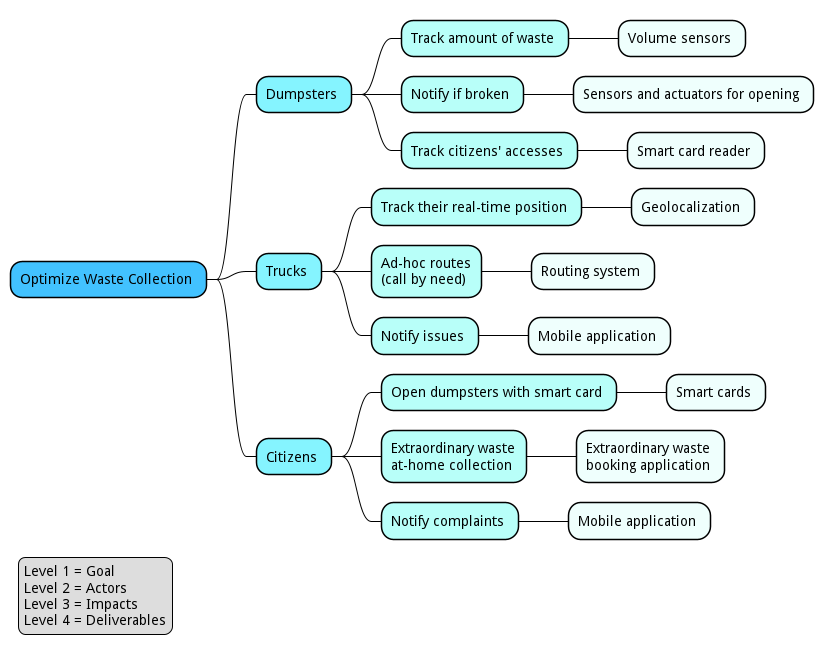
Earlier version of the PlantUML export img/impact-mapping.pm.png (SmartWasteCollection/project-management). The source it was exported from:
```plantuml
@startmindmap
!include ../metamodels/mindmaps.iuml

goal("Optimize Waste Collection")

actor("Dumpsters")
    impact("Track amount of waste")
        deliverable("Volume sensors")
    impact("Notify if broken")
        deliverable("Sensors and actuators for opening")
    impact("Track citizens' accesses")
        deliverable("Smart card reader")

actor("Trucks")
    impact("Track their real-time position")
        deliverable("Geolocalization")
    impact("Ad-hoc routes\n(call by need)")
        deliverable("Routing system")
    impact("Notify issues")
        deliverable("Mobile application")

actor("Citizens")
    impact("Open dumpsters with smart card")
        deliverable("Smart cards")
    impact("Extraordinary waste\nat-home collection")
        deliverable("Extraordinary waste\nbooking application")
    impact("Notify complaints")
        deliverable("Mobile application")

legend left
    Level 1 = Goal
    Level 2 = Actors
    Level 3 = Impacts
    Level 4 = Deliverables
endlegend
@endmindmap
```
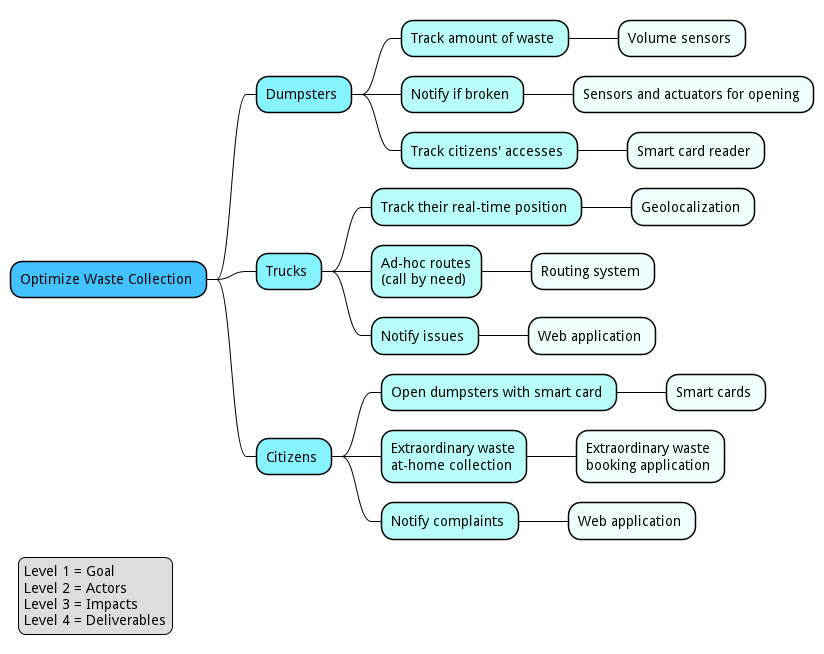
The same file after the commit.

Commit message:
docs(uml): generate PNG files for PlantUML diagrams

Change to the diagram source:
```diff
@@ -17,7 +17,7 @@
     impact("Ad-hoc routes\n(call by need)")
         deliverable("Routing system")
     impact("Notify issues")
-        deliverable("Mobile application")
+        deliverable("Web application")
 
 actor("Citizens")
     impact("Open dumpsters with smart card")
@@ -25,7 +25,7 @@
     impact("Extraordinary waste\nat-home collection")
         deliverable("Extraordinary waste\nbooking application")
     impact("Notify complaints")
-        deliverable("Mobile application")
+        deliverable("Web application")
 
 legend left
     Level 1 = Goal
```
